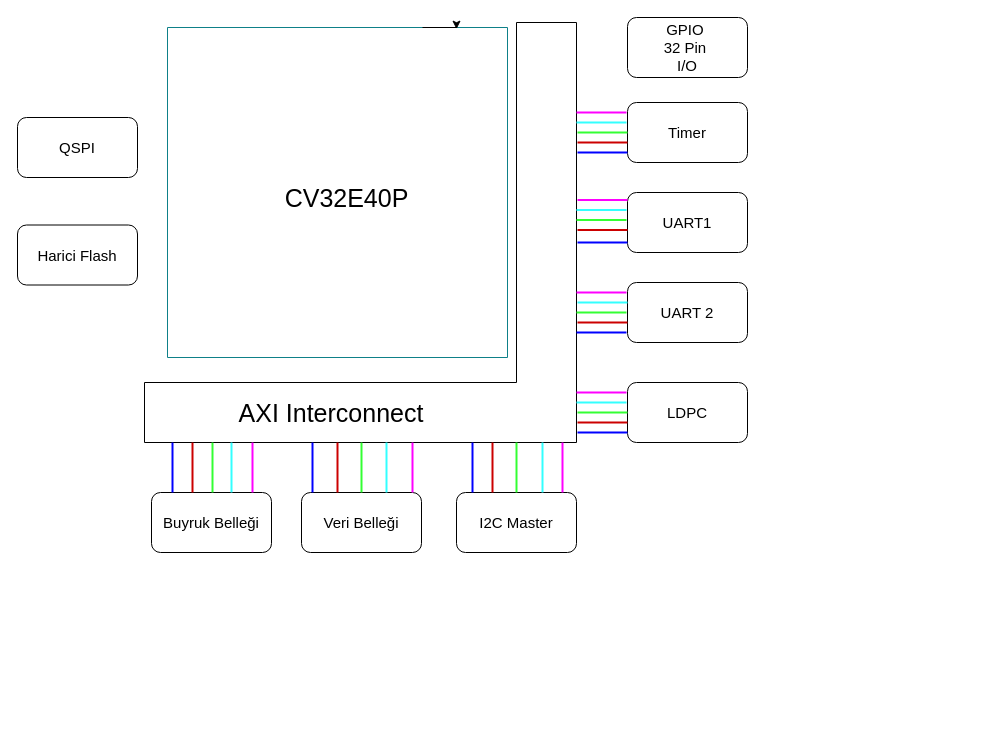
The draw.io diagram Başlıksız Diyagram.drawio in Fegell/Fegell, before the edit. Source tidied: cells renumbered, new cells numbered last; positions are measured from the earlier drawing's top-left corner, leaving out a move shared by most shapes. Both pictures are drawn from the tidied source at 100%, with x=0, y=0 at pixel (17, 17).
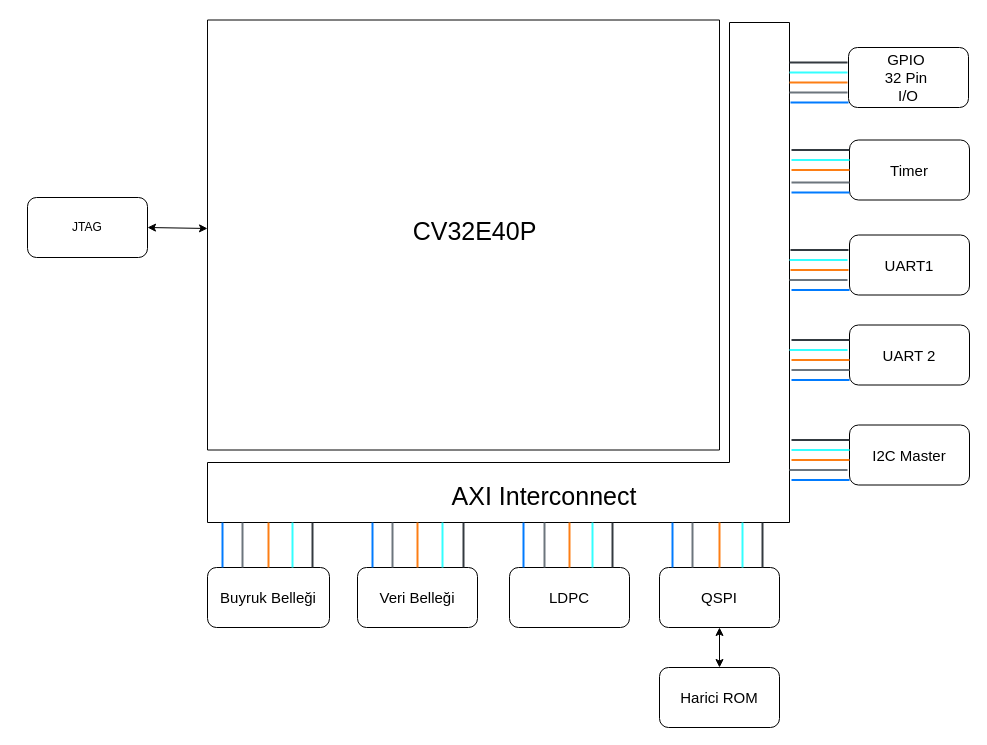
After the change.

Commit message:
Güncelleme denetleyici blok diyagram.drawio

Diff of the diagram source:
```diff
@@
-<mxGraphModel>
+<mxGraphModel background="#ffffff">
@@
-    <mxCell id="2" style="swimlane;startSize=0;fillColor=#b0e3e6;strokeColor=#0e8088;swimlaneFillColor=none;gradientDirection=east;" parent="1" vertex="1">
-      <mxGeometry x="150" y="10" width="340" height="330" as="geometry" />
+    <mxCell id="2" style="swimlane;startSize=0;fillColor=#050505;strokeColor=#050505;swimlaneFillColor=none;gradientDirection=east;" parent="1" vertex="1">
+      <mxGeometry x="190" y="2.5" width="512" height="430" as="geometry" />
     </mxCell>
-    <mxCell id="3" style="edgeStyle=orthogonalEdgeStyle;rounded=0;orthogonalLoop=1;jettySize=auto;html=1;exitX=0.75;exitY=0;exitDx=0;exitDy=0;entryX=0.85;entryY=0.005;entryDx=0;entryDy=0;entryPerimeter=0;" parent="1" edge="1" source="2" target="2">
-      <mxGeometry relative="1" as="geometry" />
-    </mxCell>
     <mxCell id="4" style="shape=corner;whiteSpace=wrap;html=1;rotation=-180;dx=60;dy=60;" parent="1" vertex="1">
-      <mxGeometry x="127" y="5" width="432" height="420" as="geometry" />
+      <mxGeometry x="190" y="5" width="582" height="500" as="geometry" />
     </mxCell>
-    <mxCell id="5" value="QSPI" style="rounded=1;whiteSpace=wrap;html=1;fontSize=15;" parent="1" vertex="1">
-      <mxGeometry y="100" width="120" height="60" as="geometry" />
-    </mxCell>
-    <mxCell id="6" value="Harici Flash" style="rounded=1;whiteSpace=wrap;html=1;fontSize=15;" parent="1" vertex="1">
-      <mxGeometry y="207.5" width="120" height="60" as="geometry" />
-    </mxCell>
     <mxCell id="7" value="GPIO&amp;nbsp;&lt;div&gt;32 Pin&amp;nbsp;&lt;/div&gt;&lt;div&gt;I/O&lt;/div&gt;" style="rounded=1;whiteSpace=wrap;html=1;fontSize=15;" parent="1" vertex="1">
-      <mxGeometry x="610" width="120" height="60" as="geometry" />
+      <mxGeometry x="831" y="30" width="120" height="60" as="geometry" />
     </mxCell>
     <mxCell id="8" value="Timer" style="rounded=1;whiteSpace=wrap;html=1;fontSize=15;" parent="1" vertex="1">
-      <mxGeometry x="610" y="85" width="120" height="60" as="geometry" />
+      <mxGeometry x="832" y="122.5" width="120" height="60" as="geometry" />
     </mxCell>
     <mxCell id="9" value="UART1" style="rounded=1;whiteSpace=wrap;html=1;fontSize=15;" parent="1" vertex="1">
-      <mxGeometry x="610" y="175" width="120" height="60" as="geometry" />
+      <mxGeometry x="832" y="217.5" width="120" height="60" as="geometry" />
     </mxCell>
     <mxCell id="10" value="UART 2" style="rounded=1;whiteSpace=wrap;html=1;fontSize=15;" parent="1" vertex="1">
-      <mxGeometry x="610" y="265" width="120" height="60" as="geometry" />
+      <mxGeometry x="832" y="307.5" width="120" height="60" as="geometry" />
     </mxCell>
-    <mxCell id="11" value="LDPC" style="rounded=1;whiteSpace=wrap;html=1;fontSize=15;" parent="1" vertex="1">
-      <mxGeometry x="610" y="365" width="120" height="60" as="geometry" />
+    <mxCell id="11" value="I2C Master" style="rounded=1;whiteSpace=wrap;html=1;fontSize=15;" parent="1" vertex="1">
+      <mxGeometry x="832" y="407.5" width="120" height="60" as="geometry" />
     </mxCell>
     <mxCell id="12" value="Buyruk Belleği" style="rounded=1;whiteSpace=wrap;html=1;fontSize=15;" parent="1" vertex="1">
-      <mxGeometry x="134" y="475" width="120" height="60" as="geometry" />
+      <mxGeometry x="190" y="550" width="122" height="60" as="geometry" />
     </mxCell>
     <mxCell id="13" value="Veri Belleği" style="rounded=1;whiteSpace=wrap;html=1;fontSize=15;" parent="1" vertex="1">
-      <mxGeometry x="284" y="475" width="120" height="60" as="geometry" />
+      <mxGeometry x="340" y="550" width="120" height="60" as="geometry" />
     </mxCell>
-    <mxCell id="14" value="I2C Master" style="rounded=1;whiteSpace=wrap;html=1;fontSize=15;" parent="1" vertex="1">
-      <mxGeometry x="439" y="475" width="120" height="60" as="geometry" />
+    <mxCell id="14" value="LDPC" style="rounded=1;whiteSpace=wrap;html=1;fontSize=15;" parent="1" vertex="1">
+      <mxGeometry x="492" y="550" width="120" height="60" as="geometry" />
     </mxCell>
     <mxCell id="15" value="CV32E40P" style="text;html=1;align=center;verticalAlign=middle;strokeColor=none;fillColor=none;fontSize=25;" parent="1" vertex="1">
-      <mxGeometry x="254" y="160" width="150" height="40" as="geometry" />
+      <mxGeometry x="382" y="192.5" width="150" height="40" as="geometry" />
     </mxCell>
     <mxCell id="16" value="AXI Interconnect" style="text;strokeColor=none;align=center;fillColor=none;html=1;verticalAlign=middle;whiteSpace=wrap;rounded=0;fontSize=25;" parent="1" vertex="1">
-      <mxGeometry x="219" y="380" width="190" height="30" as="geometry" />
+      <mxGeometry x="432" y="462.5" width="190" height="30" as="geometry" />
     </mxCell>
-    <mxCell id="17" style="line;strokeWidth=2;direction=south;html=1;fontColor=#000080;labelBorderColor=#0000FF;textOpacity=60;strokeColor=#0000FF;" parent="1" vertex="1">
-      <mxGeometry x="150" y="425" width="10" height="50" as="geometry" />
-    </mxCell>
-    <mxCell id="18" style="line;strokeWidth=2;direction=south;html=1;fontColor=#000080;labelBorderColor=#0000FF;textOpacity=60;strokeColor=#CC0000;" parent="1" vertex="1">
-      <mxGeometry x="170" y="425" width="10" height="50" as="geometry" />
-    </mxCell>
-    <mxCell id="19" style="line;strokeWidth=2;direction=south;html=1;fontColor=#000080;labelBorderColor=#0000FF;textOpacity=60;strokeColor=#33FF33;" parent="1" vertex="1">
-      <mxGeometry x="190" y="425" width="10" height="50" as="geometry" />
-    </mxCell>
-    <mxCell id="20" style="line;strokeWidth=2;direction=south;html=1;fontColor=#000080;labelBorderColor=#0000FF;textOpacity=60;strokeColor=#33FFFF;" parent="1" vertex="1">
-      <mxGeometry x="209" y="425" width="10" height="50" as="geometry" />
-    </mxCell>
-    <mxCell id="21" style="line;strokeWidth=2;direction=south;html=1;fontColor=#000080;labelBorderColor=#0000FF;textOpacity=60;strokeColor=#FF00FF;" parent="1" vertex="1">
-      <mxGeometry x="230" y="425" width="10" height="50" as="geometry" />
-    </mxCell>
-    <mxCell id="22" style="line;strokeWidth=2;direction=south;html=1;fontColor=#000080;labelBorderColor=#0000FF;textOpacity=60;strokeColor=#0000FF;" parent="1" vertex="1">
-      <mxGeometry x="290" y="425" width="10" height="50" as="geometry" />
-    </mxCell>
-    <mxCell id="23" style="line;strokeWidth=2;direction=south;html=1;fontColor=#000080;labelBorderColor=#0000FF;textOpacity=60;strokeColor=#CC0000;" parent="1" vertex="1">
-      <mxGeometry x="315" y="425" width="10" height="50" as="geometry" />
-    </mxCell>
-    <mxCell id="24" style="line;strokeWidth=2;direction=south;html=1;fontColor=#000080;labelBorderColor=#0000FF;textOpacity=60;strokeColor=#33FF33;" parent="1" vertex="1">
-      <mxGeometry x="339" y="425" width="10" height="50" as="geometry" />
-    </mxCell>
-    <mxCell id="25" style="line;strokeWidth=2;direction=south;html=1;fontColor=#000080;labelBorderColor=#0000FF;textOpacity=60;strokeColor=#33FFFF;" parent="1" vertex="1">
-      <mxGeometry x="364" y="425" width="10" height="50" as="geometry" />
-    </mxCell>
-    <mxCell id="26" style="line;strokeWidth=2;direction=south;html=1;fontColor=#000080;labelBorderColor=#0000FF;textOpacity=60;strokeColor=#FF00FF;" parent="1" vertex="1">
-      <mxGeometry x="390" y="425" width="10" height="50" as="geometry" />
-    </mxCell>
-    <mxCell id="27" style="line;strokeWidth=2;direction=south;html=1;fontColor=#000080;labelBorderColor=#0000FF;textOpacity=60;strokeColor=#0000FF;" parent="1" vertex="1">
-      <mxGeometry x="450" y="425" width="10" height="50" as="geometry" />
-    </mxCell>
-    <mxCell id="28" style="line;strokeWidth=2;direction=south;html=1;fontColor=#000080;labelBorderColor=#0000FF;textOpacity=60;strokeColor=#33FF33;" parent="1" vertex="1">
-      <mxGeometry x="494" y="425" width="10" height="50" as="geometry" />
-    </mxCell>
-    <mxCell id="29" style="line;strokeWidth=2;direction=south;html=1;fontColor=#000080;labelBorderColor=#0000FF;textOpacity=60;strokeColor=#33FFFF;" parent="1" vertex="1">
-      <mxGeometry x="520" y="425" width="10" height="50" as="geometry" />
-    </mxCell>
-    <mxCell id="30" style="line;strokeWidth=2;direction=south;html=1;fontColor=#000080;labelBorderColor=#0000FF;textOpacity=60;strokeColor=#FF00FF;" parent="1" vertex="1">
-      <mxGeometry x="540" y="425" width="10" height="50" as="geometry" />
-    </mxCell>
-    <mxCell id="31" style="line;strokeWidth=2;direction=south;html=1;fontColor=#000080;labelBorderColor=#0000FF;textOpacity=60;strokeColor=#CC0000;" parent="1" vertex="1">
-      <mxGeometry x="470" y="425" width="10" height="50" as="geometry" />
-    </mxCell>
-    <mxCell id="32" style="line;strokeWidth=2;html=1;strokeColor=#FF00FF;" parent="1" vertex="1">
-      <mxGeometry x="559" y="370" width="50" height="10" as="geometry" />
-    </mxCell>
-    <mxCell id="33" style="line;strokeWidth=2;html=1;strokeColor=#33FFFF;" parent="1" vertex="1">
-      <mxGeometry x="559" y="380" width="50" height="10" as="geometry" />
-    </mxCell>
-    <mxCell id="34" style="line;strokeWidth=2;html=1;strokeColor=#33FF33;" parent="1" vertex="1">
-      <mxGeometry x="560" y="390" width="50" height="10" as="geometry" />
-    </mxCell>
-    <mxCell id="35" style="line;strokeWidth=2;html=1;strokeColor=#CC0000;" parent="1" vertex="1">
-      <mxGeometry x="560" y="400" width="50" height="10" as="geometry" />
-    </mxCell>
-    <mxCell id="36" style="line;strokeWidth=2;html=1;strokeColor=#0000FF;" parent="1" vertex="1">
-      <mxGeometry x="560" y="410" width="50" height="10" as="geometry" />
-    </mxCell>
-    <mxCell id="37" style="line;strokeWidth=2;html=1;strokeColor=#FF00FF;" parent="1" vertex="1">
-      <mxGeometry x="559" y="270" width="50" height="10" as="geometry" />
-    </mxCell>
-    <mxCell id="38" style="line;strokeWidth=2;html=1;strokeColor=#33FFFF;" parent="1" vertex="1">
-      <mxGeometry x="560" y="280" width="50" height="10" as="geometry" />
-    </mxCell>
-    <mxCell id="39" style="line;strokeWidth=2;html=1;strokeColor=#33FF33;" parent="1" vertex="1">
-      <mxGeometry x="559" y="290" width="50" height="10" as="geometry" />
-    </mxCell>
-    <mxCell id="40" style="line;strokeWidth=2;html=1;strokeColor=#CC0000;" parent="1" vertex="1">
-      <mxGeometry x="560" y="300" width="50" height="10" as="geometry" />
-    </mxCell>
-    <mxCell id="41" style="line;strokeWidth=2;html=1;strokeColor=#0000FF;" parent="1" vertex="1">
-      <mxGeometry x="559" y="310" width="50" height="10" as="geometry" />
-    </mxCell>
-    <mxCell id="42" style="line;strokeWidth=2;html=1;strokeColor=#0000FF;" parent="1" vertex="1">
-      <mxGeometry x="560" y="220" width="50" height="10" as="geometry" />
-    </mxCell>
-    <mxCell id="43" style="line;strokeWidth=2;html=1;strokeColor=#CC0000;" parent="1" vertex="1">
-      <mxGeometry x="560" y="207.5" width="50" height="10" as="geometry" />
-    </mxCell>
-    <mxCell id="44" style="line;strokeWidth=2;html=1;strokeColor=#33FF33;" parent="1" vertex="1">
-      <mxGeometry x="559" y="197.5" width="50" height="10" as="geometry" />
-    </mxCell>
-    <mxCell id="45" style="line;strokeWidth=2;html=1;strokeColor=#33FFFF;" parent="1" vertex="1">
-      <mxGeometry x="559" y="187.5" width="50" height="10" as="geometry" />
-    </mxCell>
-    <mxCell id="46" style="line;strokeWidth=2;html=1;strokeColor=#FF00FF;" parent="1" vertex="1">
-      <mxGeometry x="560" y="177.5" width="50" height="10" as="geometry" />
-    </mxCell>
-    <mxCell id="47" style="line;strokeWidth=2;html=1;strokeColor=#0000FF;" parent="1" vertex="1">
-      <mxGeometry x="560" y="130" width="50" height="10" as="geometry" />
-    </mxCell>
-    <mxCell id="48" style="line;strokeWidth=2;html=1;strokeColor=#CC0000;" parent="1" vertex="1">
-      <mxGeometry x="560" y="120" width="50" height="10" as="geometry" />
-    </mxCell>
-    <mxCell id="49" style="line;strokeWidth=2;html=1;strokeColor=#33FF33;" parent="1" vertex="1">
-      <mxGeometry x="560" y="110" width="50" height="10" as="geometry" />
-    </mxCell>
-    <mxCell id="50" style="line;strokeWidth=2;html=1;strokeColor=#33FFFF;" parent="1" vertex="1">
-      <mxGeometry x="559" y="100" width="50" height="10" as="geometry" />
-    </mxCell>
-    <mxCell id="51" style="line;strokeWidth=2;html=1;strokeColor=#FF00FF;" parent="1" vertex="1">
-      <mxGeometry x="559" y="90" width="50" height="10" as="geometry" />
+    <mxCell id="51" style="line;strokeWidth=2;html=1;strokeColor=#343A40;" parent="1" vertex="1">
+      <mxGeometry x="772" y="40" width="58" height="10" as="geometry" />
     </mxCell>
+    <mxCell id="5" value="&lt;font style=&quot;font-size: 15px;&quot;&gt;QSPI&lt;/font&gt;" style="rounded=1;whiteSpace=wrap;html=1;" parent="1" vertex="1">
+      <mxGeometry x="642" y="550" width="120" height="60" as="geometry" />
+    </mxCell>
+    <mxCell id="52" value="&lt;font style=&quot;font-size: 15px;&quot;&gt;Harici ROM&lt;/font&gt;" style="rounded=1;whiteSpace=wrap;html=1;" parent="1" vertex="1">
+      <mxGeometry x="642" y="650" width="120" height="60" as="geometry" />
+    </mxCell>
+    <mxCell id="53" style="endArrow=classic;startArrow=classic;html=1;rounded=0;exitX=0.5;exitY=0;exitDx=0;exitDy=0;entryX=0.5;entryY=1;entryDx=0;entryDy=0;" parent="1" edge="1" source="52" target="5">
+      <mxGeometry relative="1" as="geometry" />
+    </mxCell>
+    <mxCell id="54" style="line;strokeWidth=2;html=1;strokeColor=#33FFFF;" parent="1" vertex="1">
+      <mxGeometry x="772" y="50" width="58" height="10" as="geometry" />
+    </mxCell>
+    <mxCell id="55" style="line;strokeWidth=2;html=1;strokeColor=#FD7E14;" parent="1" vertex="1">
+      <mxGeometry x="772" y="60" width="58" height="10" as="geometry" />
+    </mxCell>
+    <mxCell id="56" style="line;strokeWidth=2;html=1;strokeColor=#6C757D;" parent="1" vertex="1">
+      <mxGeometry x="772" y="70" width="58" height="10" as="geometry" />
+    </mxCell>
+    <mxCell id="57" style="line;strokeWidth=2;html=1;strokeColor=#007BFF;" parent="1" vertex="1">
+      <mxGeometry x="773" y="80" width="58" height="10" as="geometry" />
+    </mxCell>
+    <mxCell id="58" style="line;strokeWidth=2;html=1;strokeColor=#007BFF;" parent="1" vertex="1">
+      <mxGeometry x="774" y="170" width="58" height="10" as="geometry" />
+    </mxCell>
+    <mxCell id="59" style="line;strokeWidth=2;html=1;strokeColor=#343A40;" parent="1" vertex="1">
+      <mxGeometry x="774" y="127.5" width="58" height="10" as="geometry" />
+    </mxCell>
+    <mxCell id="60" style="line;strokeWidth=2;html=1;strokeColor=#33FFFF;" parent="1" vertex="1">
+      <mxGeometry x="774" y="137.5" width="58" height="10" as="geometry" />
+    </mxCell>
+    <mxCell id="61" style="line;strokeWidth=2;html=1;strokeColor=#FD7E14;" parent="1" vertex="1">
+      <mxGeometry x="774" y="147.5" width="58" height="10" as="geometry" />
+    </mxCell>
+    <mxCell id="62" style="line;strokeWidth=2;html=1;strokeColor=#6C757D;" parent="1" vertex="1">
+      <mxGeometry x="774" y="160" width="58" height="10" as="geometry" />
+    </mxCell>
+    <mxCell id="63" style="line;strokeWidth=2;html=1;strokeColor=#007BFF;" parent="1" vertex="1">
+      <mxGeometry x="774" y="267.5" width="58" height="10" as="geometry" />
+    </mxCell>
+    <mxCell id="64" style="line;strokeWidth=2;html=1;strokeColor=#343A40;" parent="1" vertex="1">
+      <mxGeometry x="773" y="227.5" width="58" height="10" as="geometry" />
+    </mxCell>
+    <mxCell id="65" style="line;strokeWidth=2;html=1;strokeColor=#33FFFF;" parent="1" vertex="1">
+      <mxGeometry x="772" y="237.5" width="58" height="10" as="geometry" />
+    </mxCell>
+    <mxCell id="66" style="line;strokeWidth=2;html=1;strokeColor=#FD7E14;" parent="1" vertex="1">
+      <mxGeometry x="773" y="247.5" width="58" height="10" as="geometry" />
+    </mxCell>
+    <mxCell id="67" style="line;strokeWidth=2;html=1;strokeColor=#6C757D;" parent="1" vertex="1">
+      <mxGeometry x="772" y="257.5" width="58" height="10" as="geometry" />
+    </mxCell>
+    <mxCell id="68" style="line;strokeWidth=2;html=1;strokeColor=#343A40;" parent="1" vertex="1">
+      <mxGeometry x="774" y="317.5" width="58" height="10" as="geometry" />
+    </mxCell>
+    <mxCell id="69" style="line;strokeWidth=2;html=1;strokeColor=#33FFFF;" parent="1" vertex="1">
+      <mxGeometry x="772" y="327.5" width="58" height="10" as="geometry" />
+    </mxCell>
+    <mxCell id="70" style="line;strokeWidth=2;html=1;strokeColor=#FD7E14;" parent="1" vertex="1">
+      <mxGeometry x="774" y="337.5" width="58" height="10" as="geometry" />
+    </mxCell>
+    <mxCell id="71" style="line;strokeWidth=2;html=1;strokeColor=#6C757D;" parent="1" vertex="1">
+      <mxGeometry x="774" y="347.5" width="58" height="10" as="geometry" />
+    </mxCell>
+    <mxCell id="72" style="line;strokeWidth=2;html=1;strokeColor=#007BFF;" parent="1" vertex="1">
+      <mxGeometry x="774" y="357.5" width="58" height="10" as="geometry" />
+    </mxCell>
+    <mxCell id="73" style="line;strokeWidth=2;html=1;strokeColor=#343A40;" parent="1" vertex="1">
+      <mxGeometry x="774" y="417.5" width="58" height="10" as="geometry" />
+    </mxCell>
+    <mxCell id="74" style="line;strokeWidth=2;html=1;strokeColor=#33FFFF;" parent="1" vertex="1">
+      <mxGeometry x="774" y="427.5" width="58" height="10" as="geometry" />
+    </mxCell>
+    <mxCell id="75" style="line;strokeWidth=2;html=1;strokeColor=#FD7E14;" parent="1" vertex="1">
+      <mxGeometry x="774" y="437.5" width="58" height="10" as="geometry" />
+    </mxCell>
+    <mxCell id="76" style="line;strokeWidth=2;html=1;strokeColor=#6C757D;" parent="1" vertex="1">
+      <mxGeometry x="772" y="447.5" width="58" height="10" as="geometry" />
+    </mxCell>
+    <mxCell id="77" style="line;strokeWidth=2;html=1;strokeColor=#007BFF;" parent="1" vertex="1">
+      <mxGeometry x="774" y="457.5" width="58" height="10" as="geometry" />
+    </mxCell>
+    <mxCell id="78" value="JTAG" style="rounded=1;whiteSpace=wrap;html=1;" parent="1" vertex="1">
+      <mxGeometry x="10" y="180" width="120" height="60" as="geometry" />
+    </mxCell>
+    <mxCell id="79" style="endArrow=classic;startArrow=classic;html=1;rounded=0;" parent="1" edge="1">
+      <mxGeometry relative="1" as="geometry">
+        <mxPoint x="130" y="210" as="sourcePoint" />
+        <mxPoint x="190" y="211" as="targetPoint" />
+      </mxGeometry>
+    </mxCell>
+    <mxCell id="80" style="line;strokeWidth=2;direction=south;html=1;fontColor=#000080;labelBorderColor=#0000FF;textOpacity=60;strokeColor=#007BFF;" parent="1" vertex="1">
+      <mxGeometry x="200" y="505" width="10" height="45" as="geometry" />
+    </mxCell>
+    <mxCell id="81" style="line;strokeWidth=2;direction=south;html=1;fontColor=#000080;labelBorderColor=#0000FF;textOpacity=60;strokeColor=#6C757D;" parent="1" vertex="1">
+      <mxGeometry x="220" y="505" width="10" height="45" as="geometry" />
+    </mxCell>
+    <mxCell id="82" style="line;strokeWidth=2;direction=south;html=1;fontColor=#000080;labelBorderColor=#0000FF;textOpacity=60;strokeColor=#FD7E14;" parent="1" vertex="1">
+      <mxGeometry x="246" y="505" width="10" height="45" as="geometry" />
+    </mxCell>
+    <mxCell id="83" style="line;strokeWidth=2;direction=south;html=1;fontColor=#000080;labelBorderColor=#0000FF;textOpacity=60;strokeColor=#33FFFF;" parent="1" vertex="1">
+      <mxGeometry x="270" y="505" width="10" height="45" as="geometry" />
+    </mxCell>
+    <mxCell id="84" style="line;strokeWidth=2;direction=south;html=1;fontColor=#000080;labelBorderColor=#0000FF;textOpacity=60;strokeColor=#343A40;" parent="1" vertex="1">
+      <mxGeometry x="290" y="505" width="10" height="45" as="geometry" />
+    </mxCell>
+    <mxCell id="85" style="line;strokeWidth=2;direction=south;html=1;fontColor=#000080;labelBorderColor=#0000FF;textOpacity=60;strokeColor=#007BFF;" parent="1" vertex="1">
+      <mxGeometry x="350" y="505" width="10" height="45" as="geometry" />
+    </mxCell>
+    <mxCell id="86" style="line;strokeWidth=2;direction=south;html=1;fontColor=#000080;labelBorderColor=#0000FF;textOpacity=60;strokeColor=#6C757D;" parent="1" vertex="1">
+      <mxGeometry x="370" y="505" width="10" height="45" as="geometry" />
+    </mxCell>
+    <mxCell id="87" style="line;strokeWidth=2;direction=south;html=1;fontColor=#000080;labelBorderColor=#0000FF;textOpacity=60;strokeColor=#FD7E14;" parent="1" vertex="1">
+      <mxGeometry x="395" y="505" width="10" height="45" as="geometry" />
+    </mxCell>
+    <mxCell id="88" style="line;strokeWidth=2;direction=south;html=1;fontColor=#000080;labelBorderColor=#0000FF;textOpacity=60;strokeColor=#33FFFF;" parent="1" vertex="1">
+      <mxGeometry x="420" y="505" width="10" height="45" as="geometry" />
+    </mxCell>
+    <mxCell id="89" style="line;strokeWidth=2;direction=south;html=1;fontColor=#000080;labelBorderColor=#0000FF;textOpacity=60;strokeColor=#343A40;" parent="1" vertex="1">
+      <mxGeometry x="441" y="505" width="10" height="45" as="geometry" />
+    </mxCell>
+    <mxCell id="90" style="line;strokeWidth=2;direction=south;html=1;fontColor=#000080;labelBorderColor=#0000FF;textOpacity=60;strokeColor=#007BFF;" parent="1" vertex="1">
+      <mxGeometry x="501" y="505" width="10" height="45" as="geometry" />
+    </mxCell>
+    <mxCell id="91" style="line;strokeWidth=2;direction=south;html=1;fontColor=#000080;labelBorderColor=#0000FF;textOpacity=60;strokeColor=#6C757D;" parent="1" vertex="1">
+      <mxGeometry x="522" y="505" width="10" height="45" as="geometry" />
+    </mxCell>
+    <mxCell id="92" style="line;strokeWidth=2;direction=south;html=1;fontColor=#000080;labelBorderColor=#0000FF;textOpacity=60;strokeColor=#FD7E14;" parent="1" vertex="1">
+      <mxGeometry x="547" y="505" width="10" height="45" as="geometry" />
+    </mxCell>
+    <mxCell id="93" style="line;strokeWidth=2;direction=south;html=1;fontColor=#000080;labelBorderColor=#0000FF;textOpacity=60;strokeColor=#33FFFF;" parent="1" vertex="1">
+      <mxGeometry x="570" y="505" width="10" height="45" as="geometry" />
+    </mxCell>
+    <mxCell id="94" style="line;strokeWidth=2;direction=south;html=1;fontColor=#000080;labelBorderColor=#0000FF;textOpacity=60;strokeColor=#343A40;" parent="1" vertex="1">
+      <mxGeometry x="590" y="505" width="10" height="45" as="geometry" />
+    </mxCell>
+    <mxCell id="95" style="line;strokeWidth=2;direction=south;html=1;fontColor=#000080;labelBorderColor=#0000FF;textOpacity=60;strokeColor=#007BFF;" parent="1" vertex="1">
+      <mxGeometry x="650" y="505" width="10" height="45" as="geometry" />
+    </mxCell>
+    <mxCell id="96" style="line;strokeWidth=2;direction=south;html=1;fontColor=#000080;labelBorderColor=#0000FF;textOpacity=60;strokeColor=#6C757D;" parent="1" vertex="1">
+      <mxGeometry x="670" y="505" width="10" height="45" as="geometry" />
+    </mxCell>
+    <mxCell id="97" style="line;strokeWidth=2;direction=south;html=1;fontColor=#000080;labelBorderColor=#0000FF;textOpacity=60;strokeColor=#FD7E14;" parent="1" vertex="1">
+      <mxGeometry x="697" y="505" width="10" height="45" as="geometry" />
+    </mxCell>
+    <mxCell id="98" style="line;strokeWidth=2;direction=south;html=1;fontColor=#000080;labelBorderColor=#0000FF;textOpacity=60;strokeColor=#33FFFF;" parent="1" vertex="1">
+      <mxGeometry x="720" y="505" width="10" height="45" as="geometry" />
+    </mxCell>
+    <mxCell id="99" style="line;strokeWidth=2;direction=south;html=1;fontColor=#000080;labelBorderColor=#0000FF;textOpacity=60;strokeColor=#343A40;" parent="1" vertex="1">
+      <mxGeometry x="740" y="505" width="10" height="45" as="geometry" />
+    </mxCell>
```
